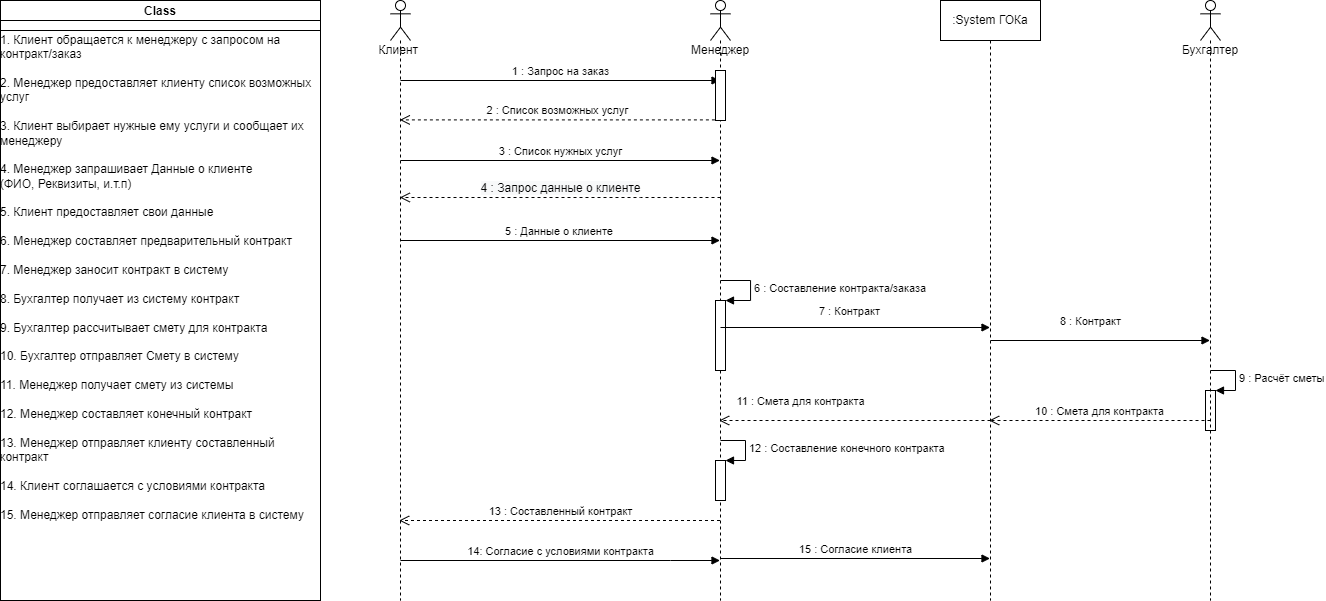
Awftf/UML keeps this draw.io diagram as InteractionDiagram.drawio.png. Above is the earlier version. Source tidied: cells renumbered, new cells last; positions are measured from the earlier drawing's top-left corner, leaving out a move shared by most shapes.
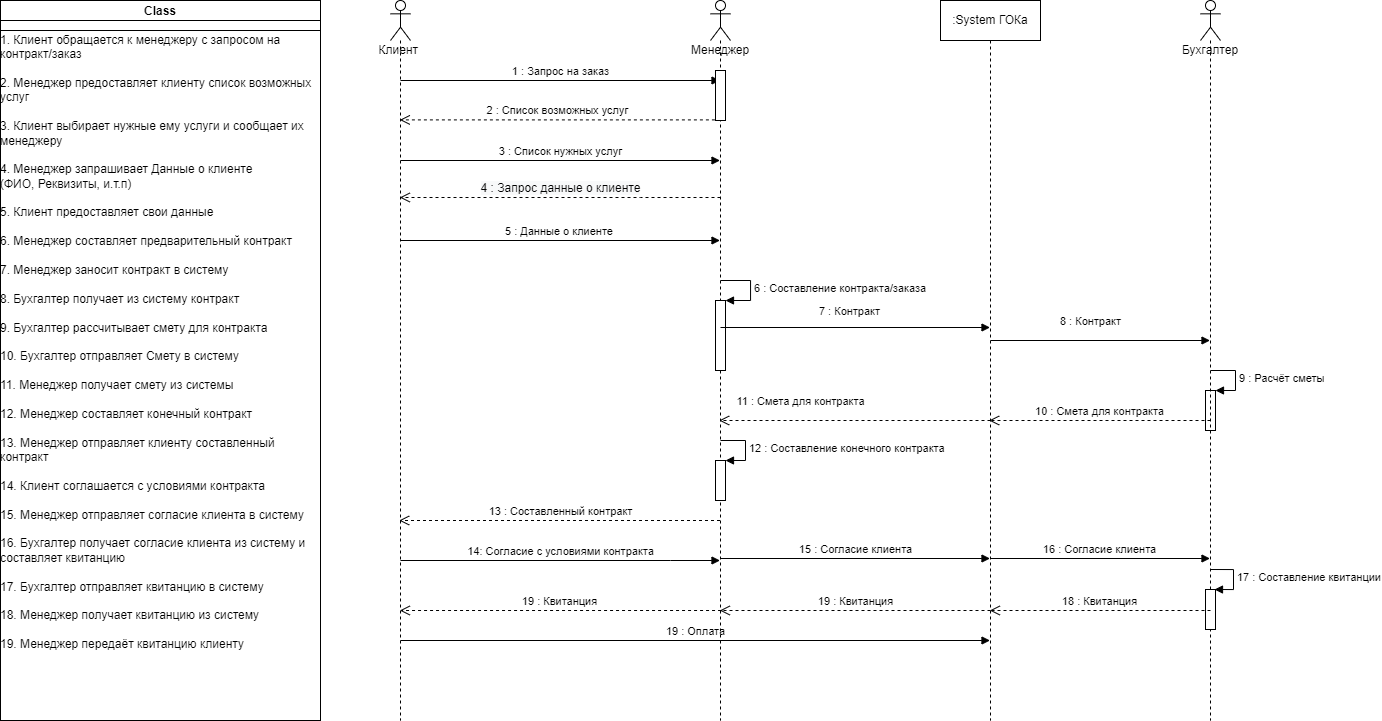
Later version of the same file.

What changed in the source:
```diff
@@ -3,7 +3,7 @@
     <mxCell id="0" />
     <mxCell id="1" parent="0" />
     <mxCell id="2" value="Клиент&amp;nbsp;" style="shape=umlLifeline;participant=umlActor;perimeter=lifelinePerimeter;whiteSpace=wrap;html=1;verticalAlign=top;spacingTop=36;outlineConnect=0;" parent="1" vertex="1">
-      <mxGeometry x="390" width="20" height="600" as="geometry" />
+      <mxGeometry x="390" width="20" height="720" as="geometry" />
     </mxCell>
     <mxCell id="3" value="3 : Список нужных услуг" style="html=1;verticalAlign=bottom;endArrow=block;rounded=0;" parent="2" edge="1" target="6">
       <mxGeometry relative="1" as="geometry">
@@ -20,8 +20,13 @@
         <mxPoint x="10" y="240" as="sourcePoint" />
       </mxGeometry>
     </mxCell>
+    <mxCell id="27" value="19 : Оплата" style="html=1;verticalAlign=bottom;endArrow=block;rounded=0;" parent="2" edge="1" target="22">
+      <mxGeometry relative="1" as="geometry">
+        <mxPoint x="10" y="640" as="sourcePoint" />
+      </mxGeometry>
+    </mxCell>
     <mxCell id="6" value="Менеджер&lt;br&gt;" style="shape=umlLifeline;participant=umlActor;perimeter=lifelinePerimeter;whiteSpace=wrap;html=1;verticalAlign=top;spacingTop=36;outlineConnect=0;" parent="1" vertex="1">
-      <mxGeometry x="710" width="20" height="600" as="geometry" />
+      <mxGeometry x="710" width="20" height="720" as="geometry" />
     </mxCell>
     <mxCell id="7" style="html=1;points=[];perimeter=orthogonalPerimeter;" parent="6" vertex="1">
       <mxGeometry x="5" y="70" width="10" height="50" as="geometry" />
@@ -90,8 +95,8 @@
         <mxPoint x="279.5" y="558" as="targetPoint" />
       </mxGeometry>
     </mxCell>
-    <mxCell id="19" value="&lt;p style=&quot;margin: 0px ; margin-top: 4px ; text-align: center&quot;&gt;&lt;b&gt;Class&lt;/b&gt;&lt;/p&gt;&lt;br&gt;1. Клиент обращается к менеджеру с запросом на &lt;br&gt;контракт/заказ&lt;br&gt;&lt;br&gt;2. Менеджер предоставляет клиенту список возможных&lt;br&gt;услуг&lt;br&gt;&lt;br&gt;3. Клиент выбирает нужные ему услуги и сообщает их&lt;br&gt;менеджеру&lt;br&gt;&lt;br&gt;4. Менеджер запрашивает Данные о клиенте&lt;br&gt;(ФИО, Реквизиты, и.т.п)&lt;br&gt;&lt;br&gt;5. Клиент предоставляет свои данные&lt;br&gt;&lt;br&gt;6. Менеджер составляет предварительный контракт&lt;br&gt;&lt;br&gt;7. Менеджер заносит контракт в систему&lt;br&gt;&lt;br&gt;8. Бухгалтер получает из систему контракт&lt;br&gt;&lt;br&gt;9. Бухгалтер рассчитывает смету для контракта&amp;nbsp;&lt;br&gt;&lt;br&gt;10. Бухгалтер отправляет Смету в систему&lt;br&gt;&lt;br&gt;11. Менеджер получает смету из системы&amp;nbsp;&lt;br&gt;&lt;br&gt;12. Менеджер составляет конечный контракт&amp;nbsp;&lt;br&gt;&lt;br&gt;13. Менеджер отправляет клиенту составленный&lt;br&gt;контракт&lt;br&gt;&lt;br&gt;14. Клиент соглашается с условиями контракта&amp;nbsp;&lt;br&gt;&lt;br&gt;15. Менеджер отправляет согласие клиента в систему&lt;br&gt;&lt;br&gt;" style="verticalAlign=top;align=left;overflow=fill;fontSize=12;fontFamily=Helvetica;html=1;" parent="1" vertex="1">
-      <mxGeometry width="320" height="600" as="geometry" />
+    <mxCell id="19" value="&lt;p style=&quot;margin: 0px ; margin-top: 4px ; text-align: center&quot;&gt;&lt;b&gt;Class&lt;/b&gt;&lt;/p&gt;&lt;br&gt;1. Клиент обращается к менеджеру с запросом на &lt;br&gt;контракт/заказ&lt;br&gt;&lt;br&gt;2. Менеджер предоставляет клиенту список возможных&lt;br&gt;услуг&lt;br&gt;&lt;br&gt;3. Клиент выбирает нужные ему услуги и сообщает их&lt;br&gt;менеджеру&lt;br&gt;&lt;br&gt;4. Менеджер запрашивает Данные о клиенте&lt;br&gt;(ФИО, Реквизиты, и.т.п)&lt;br&gt;&lt;br&gt;5. Клиент предоставляет свои данные&lt;br&gt;&lt;br&gt;6. Менеджер составляет предварительный контракт&lt;br&gt;&lt;br&gt;7. Менеджер заносит контракт в систему&lt;br&gt;&lt;br&gt;8. Бухгалтер получает из систему контракт&lt;br&gt;&lt;br&gt;9. Бухгалтер рассчитывает смету для контракта&amp;nbsp;&lt;br&gt;&lt;br&gt;10. Бухгалтер отправляет Смету в систему&lt;br&gt;&lt;br&gt;11. Менеджер получает смету из системы&amp;nbsp;&lt;br&gt;&lt;br&gt;12. Менеджер составляет конечный контракт&amp;nbsp;&lt;br&gt;&lt;br&gt;13. Менеджер отправляет клиенту составленный&lt;br&gt;контракт&lt;br&gt;&lt;br&gt;14. Клиент соглашается с условиями контракта&amp;nbsp;&lt;br&gt;&lt;br&gt;15. Менеджер отправляет согласие клиента в систему&lt;br&gt;&lt;br&gt;16. Бухгалтер получает согласие клиента из систему и&amp;nbsp;&lt;br&gt;составляет квитанцию&amp;nbsp;&lt;br&gt;&lt;br&gt;17. Бухгалтер отправляет квитанцию в систему&lt;br&gt;&lt;br&gt;18. Менеджер получает квитанцию из систему&lt;br&gt;&lt;br&gt;19. Менеджер передаёт квитанцию клиенту" style="verticalAlign=top;align=left;overflow=fill;fontSize=12;fontFamily=Helvetica;html=1;" parent="1" vertex="1">
+      <mxGeometry width="320" height="720" as="geometry" />
     </mxCell>
     <mxCell id="20" style="rounded=0;whiteSpace=wrap;html=1;" parent="1" vertex="1">
       <mxGeometry y="20" width="320" height="10" as="geometry" />
@@ -100,11 +105,29 @@
       <mxGeometry relative="1" as="geometry" />
     </mxCell>
     <mxCell id="22" value=":System ГОКа" style="shape=umlLifeline;perimeter=lifelinePerimeter;whiteSpace=wrap;html=1;outlineConnect=0;" parent="1" vertex="1">
-      <mxGeometry x="940" width="100" height="600" as="geometry" />
+      <mxGeometry x="940" width="100" height="720" as="geometry" />
     </mxCell>
+    <mxCell id="28" value="16 : Согласие клиента" style="html=1;verticalAlign=bottom;endArrow=block;rounded=0;" parent="22" edge="1" target="23">
+      <mxGeometry relative="1" as="geometry">
+        <mxPoint x="50" y="558" as="sourcePoint" />
+      </mxGeometry>
+    </mxCell>
     <mxCell id="23" value="Бухгалтер&lt;br&gt;" style="shape=umlLifeline;participant=umlActor;perimeter=lifelinePerimeter;whiteSpace=wrap;html=1;verticalAlign=top;spacingTop=36;outlineConnect=0;" parent="1" vertex="1">
-      <mxGeometry x="1200" width="20" height="600" as="geometry" />
+      <mxGeometry x="1200" width="20" height="720" as="geometry" />
     </mxCell>
+    <mxCell id="29" style="html=1;perimeter=orthogonalPerimeter;" parent="23" vertex="1">
+      <mxGeometry x="5" y="589" width="10" height="40" as="geometry" />
+    </mxCell>
+    <mxCell id="30" value="17 : Составление квитанции" style="edgeStyle=orthogonalEdgeStyle;html=1;align=left;spacingLeft=2;endArrow=block;rounded=0;entryX=1;entryY=0;" parent="23" edge="1">
+      <mxGeometry relative="1" as="geometry">
+        <mxPoint x="10.4" y="569" as="sourcePoint" />
+        <mxPoint x="14" y="589" as="targetPoint" />
+        <Array as="points">
+          <mxPoint x="33" y="569" />
+          <mxPoint x="33" y="589" />
+        </Array>
+      </mxGeometry>
+    </mxCell>
     <mxCell id="24" value="&lt;span style=&quot;font-size: 12px ; text-align: left ; background-color: rgb(248 , 249 , 250)&quot;&gt;4 : Запрос данные о клиенте&lt;/span&gt;" style="html=1;verticalAlign=bottom;endArrow=open;dashed=1;endSize=8;rounded=0;" parent="1" edge="1">
       <mxGeometry relative="1" as="geometry">
         <mxPoint x="720" y="197" as="sourcePoint" />
@@ -132,5 +155,20 @@
         </Array>
       </mxGeometry>
     </mxCell>
+    <mxCell id="31" value="18 : Квитанция" style="html=1;verticalAlign=bottom;endArrow=open;dashed=1;endSize=8;rounded=0;" parent="1" edge="1" target="22">
+      <mxGeometry relative="1" as="geometry">
+        <mxPoint x="1210" y="610" as="sourcePoint" />
+      </mxGeometry>
+    </mxCell>
+    <mxCell id="32" value="19 : Квитанция" style="html=1;verticalAlign=bottom;endArrow=open;dashed=1;endSize=8;rounded=0;" parent="1" edge="1" target="6">
+      <mxGeometry relative="1" as="geometry">
+        <mxPoint x="990" y="610" as="sourcePoint" />
+      </mxGeometry>
+    </mxCell>
+    <mxCell id="33" value="19 : Квитанция" style="html=1;verticalAlign=bottom;endArrow=open;dashed=1;endSize=8;rounded=0;" parent="1" edge="1" target="2">
+      <mxGeometry relative="1" as="geometry">
+        <mxPoint x="720.5" y="610" as="sourcePoint" />
+      </mxGeometry>
+    </mxCell>
   </root>
 </mxGraphModel>
```
